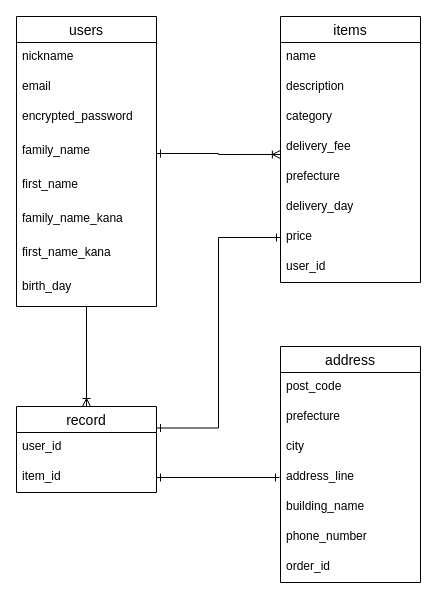
YamazakiAcount/furima-34846 keeps this draw.io diagram as test.dio. Above is the earlier version. Source tidied: cells renumbered, new cells numbered last; positions are measured from the earlier drawing's top-left corner, leaving out a move shared by most shapes. Both pictures are drawn from the tidied source at 100%, with x=0, y=0 at pixel (16, 16).
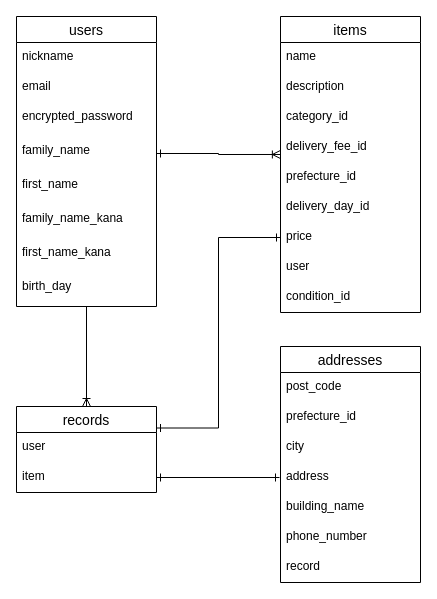
The same diagram, later.

Change to the diagram source:
```diff
@@
     <mxCell id="12" value="items" style="swimlane;fontStyle=0;horizontal=1;startSize=26;align=center;fontSize=14;" parent="1" vertex="1">
-      <mxGeometry x="264" width="140" height="266" as="geometry" />
+      <mxGeometry x="264" width="140" height="296" as="geometry" />
     </mxCell>
@@
-    <mxCell id="15" value="category" style="text;strokeColor=none;fillColor=none;spacingLeft=4;spacingRight=4;overflow=hidden;fontSize=12;" parent="12" vertex="1">
+    <mxCell id="15" value="category_id" style="text;strokeColor=none;fillColor=none;spacingLeft=4;spacingRight=4;overflow=hidden;fontSize=12;" parent="12" vertex="1">
       <mxGeometry y="86" width="140" height="30" as="geometry" />
     </mxCell>
-    <mxCell id="16" value="delivery_fee" style="text;strokeColor=none;fillColor=none;spacingLeft=4;spacingRight=4;overflow=hidden;points=[[0,0.5],[1,0.5]];portConstraint=eastwest;fontSize=12;" parent="12" vertex="1">
+    <mxCell id="16" value="delivery_fee_id" style="text;strokeColor=none;fillColor=none;spacingLeft=4;spacingRight=4;overflow=hidden;points=[[0,0.5],[1,0.5]];portConstraint=eastwest;fontSize=12;" parent="12" vertex="1">
       <mxGeometry y="116" width="140" height="30" as="geometry" />
     </mxCell>
-    <mxCell id="17" value="prefecture" style="text;strokeColor=none;fillColor=none;spacingLeft=4;spacingRight=4;overflow=hidden;fontSize=12;" parent="12" vertex="1">
+    <mxCell id="17" value="prefecture_id" style="text;strokeColor=none;fillColor=none;spacingLeft=4;spacingRight=4;overflow=hidden;fontSize=12;" parent="12" vertex="1">
       <mxGeometry y="146" width="140" height="30" as="geometry" />
     </mxCell>
-    <mxCell id="18" value="delivery_day" style="text;strokeColor=none;fillColor=none;spacingLeft=4;spacingRight=4;overflow=hidden;fontSize=12;" parent="12" vertex="1">
+    <mxCell id="18" value="delivery_day_id" style="text;strokeColor=none;fillColor=none;spacingLeft=4;spacingRight=4;overflow=hidden;fontSize=12;" parent="12" vertex="1">
       <mxGeometry y="176" width="140" height="30" as="geometry" />
     </mxCell>
@@
-    <mxCell id="20" value="user_id" style="text;strokeColor=none;fillColor=none;spacingLeft=4;spacingRight=4;overflow=hidden;fontSize=12;" parent="12" vertex="1">
+    <mxCell id="20" value="user" style="text;strokeColor=none;fillColor=none;spacingLeft=4;spacingRight=4;overflow=hidden;fontSize=12;" parent="12" vertex="1">
       <mxGeometry y="236" width="140" height="30" as="geometry" />
     </mxCell>
+    <mxCell id="35" value="condition_id" style="text;strokeColor=none;fillColor=none;spacingLeft=4;spacingRight=4;overflow=hidden;fontSize=12;" parent="12" vertex="1">
+      <mxGeometry y="266" width="140" height="30" as="geometry" />
+    </mxCell>
-    <mxCell id="21" value="address" style="swimlane;fontStyle=0;horizontal=1;startSize=26;align=center;fontSize=14;" parent="1" vertex="1">
+    <mxCell id="21" value="addresses" style="swimlane;fontStyle=0;horizontal=1;startSize=26;align=center;fontSize=14;" parent="1" vertex="1">
       <mxGeometry x="264" y="330" width="140" height="236" as="geometry" />
     </mxCell>
@@
-    <mxCell id="23" value="prefecture" style="text;strokeColor=none;fillColor=none;spacingLeft=4;spacingRight=4;overflow=hidden;fontSize=12;" parent="21" vertex="1">
+    <mxCell id="23" value="prefecture_id" style="text;strokeColor=none;fillColor=none;spacingLeft=4;spacingRight=4;overflow=hidden;fontSize=12;" parent="21" vertex="1">
       <mxGeometry y="56" width="140" height="30" as="geometry" />
     </mxCell>
@@
-    <mxCell id="25" value="address_line" style="text;strokeColor=none;fillColor=none;spacingLeft=4;spacingRight=4;overflow=hidden;fontSize=12;" parent="21" vertex="1">
+    <mxCell id="25" value="address" style="text;strokeColor=none;fillColor=none;spacingLeft=4;spacingRight=4;overflow=hidden;fontSize=12;" parent="21" vertex="1">
       <mxGeometry y="116" width="140" height="30" as="geometry" />
     </mxCell>
@@
-    <mxCell id="28" value="order_id" style="text;strokeColor=none;fillColor=none;spacingLeft=4;spacingRight=4;overflow=hidden;fontSize=12;" parent="21" vertex="1">
+    <mxCell id="28" value="record" style="text;strokeColor=none;fillColor=none;spacingLeft=4;spacingRight=4;overflow=hidden;fontSize=12;" parent="21" vertex="1">
       <mxGeometry y="206" width="140" height="30" as="geometry" />
     </mxCell>
@@
-    <mxCell id="30" value="record" style="swimlane;fontStyle=0;horizontal=1;startSize=26;align=center;fontSize=14;" parent="1" vertex="1">
+    <mxCell id="30" value="records" style="swimlane;fontStyle=0;horizontal=1;startSize=26;align=center;fontSize=14;" parent="1" vertex="1">
       <mxGeometry y="390" width="140" height="86" as="geometry" />
     </mxCell>
-    <mxCell id="31" value="user_id" style="text;strokeColor=none;fillColor=none;spacingLeft=4;spacingRight=4;overflow=hidden;fontSize=12;" parent="30" vertex="1">
+    <mxCell id="31" value="user" style="text;strokeColor=none;fillColor=none;spacingLeft=4;spacingRight=4;overflow=hidden;fontSize=12;" parent="30" vertex="1">
       <mxGeometry y="26" width="140" height="30" as="geometry" />
     </mxCell>
-    <mxCell id="32" value="item_id" style="text;strokeColor=none;fillColor=none;spacingLeft=4;spacingRight=4;overflow=hidden;points=[[0,0.5],[1,0.5]];portConstraint=eastwest;fontSize=12;" parent="30" vertex="1">
+    <mxCell id="32" value="item" style="text;strokeColor=none;fillColor=none;spacingLeft=4;spacingRight=4;overflow=hidden;points=[[0,0.5],[1,0.5]];portConstraint=eastwest;fontSize=12;" parent="30" vertex="1">
       <mxGeometry y="56" width="140" height="30" as="geometry" />
     </mxCell>
```
